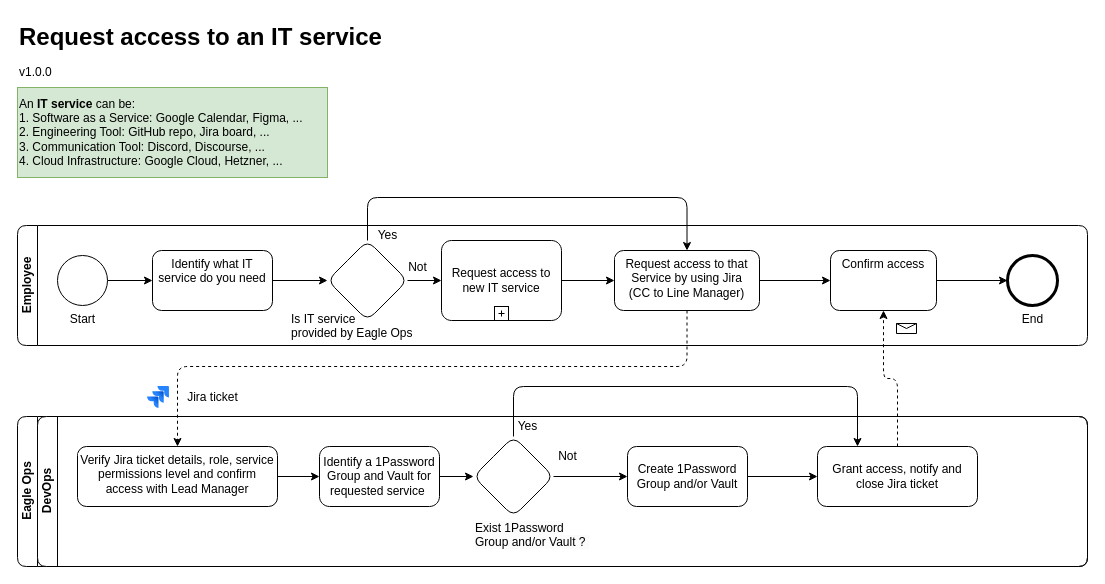
Earlier version of the draw.io diagram page "Request access to an IT service" (4 of 8) of diagrams/eagleops-proc.drawio (chilcano/how-tos). Source tidied: cells renumbered, new cells numbered last; positions are measured from the earlier drawing's top-left corner, leaving out a move shared by most shapes. Both pictures are drawn from the tidied source at 100%, with x=0, y=0 at pixel (17, 17).
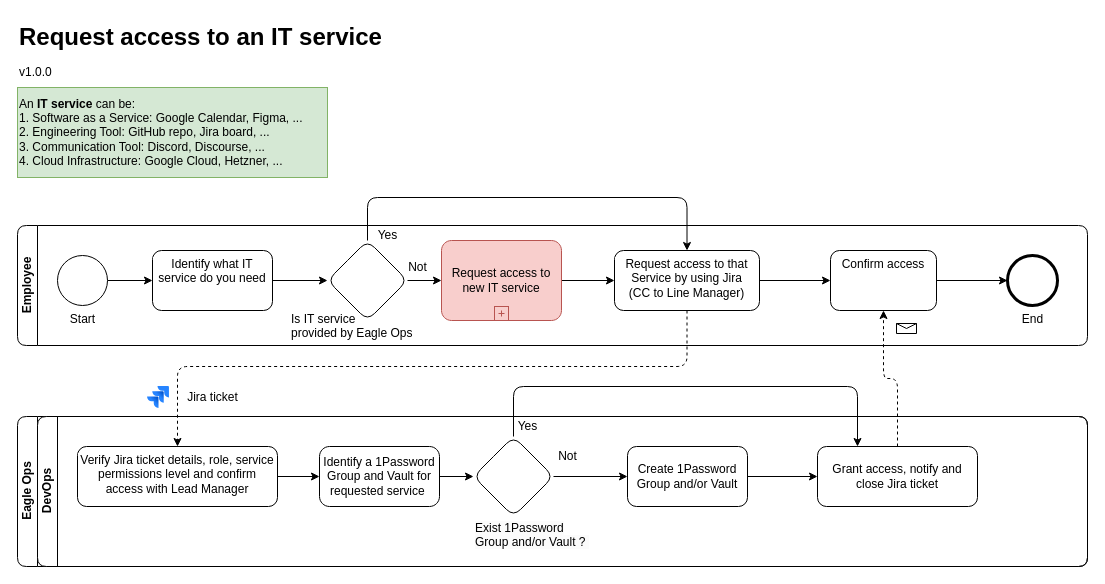
Above is the later version.

The change refers to these unchanged cells:
```xml
<mxCell id="17" value="&lt;div&gt;Employee&lt;/div&gt;" style="swimlane;startSize=20;horizontal=0;html=1;whiteSpace=wrap;rounded=1;" parent="1" vertex="1">
  <mxGeometry y="208" width="1070" height="120" as="geometry" />
</mxCell>
```

Diff of the diagram source:
```diff
@@
-    <mxCell id="30" value="Request access to new IT service" style="points=[[0.25,0,0],[0.5,0,0],[0.75,0,0],[1,0.25,0],[1,0.5,0],[1,0.75,0],[0.75,1,0],[0.5,1,0],[0.25,1,0],[0,0.75,0],[0,0.5,0],[0,0.25,0]];shape=mxgraph.bpmn.task;whiteSpace=wrap;rectStyle=rounded;size=10;html=1;taskMarker=abstract;isLoopSub=1;" parent="17" vertex="1">
+    <mxCell id="30" value="Request access to new IT service" style="points=[[0.25,0,0],[0.5,0,0],[0.75,0,0],[1,0.25,0],[1,0.5,0],[1,0.75,0],[0.75,1,0],[0.5,1,0],[0.25,1,0],[0,0.75,0],[0,0.5,0],[0,0.25,0]];shape=mxgraph.bpmn.task;whiteSpace=wrap;rectStyle=rounded;size=10;html=1;taskMarker=abstract;isLoopSub=1;fillColor=#f8cecc;strokeColor=#b85450;" parent="17" vertex="1">
       <mxGeometry x="424" y="15" width="120" height="80" as="geometry" />
     </mxCell>
```
